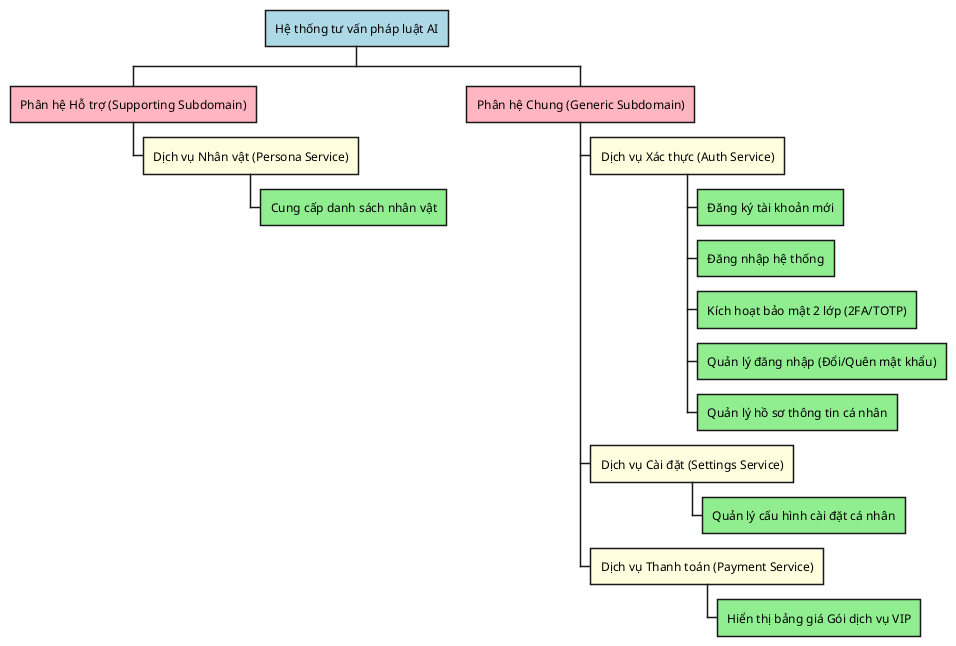
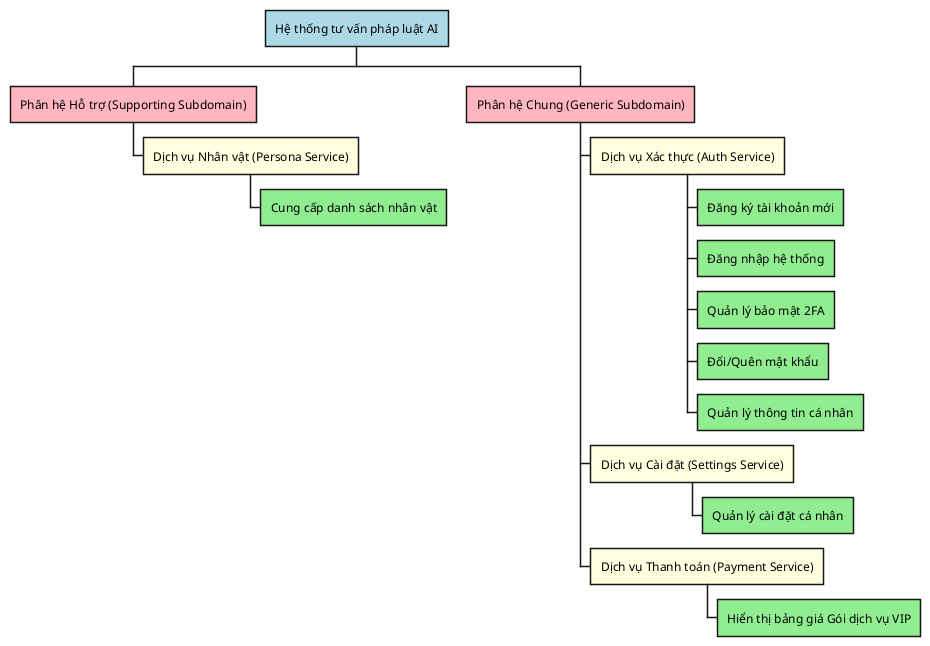
@startwbs
<style>
wbsDiagram {
  :depth(0) {
    BackgroundColor LightBlue
  }
  :depth(1) {
    BackgroundColor LightPink
  }
  :depth(2) {
    BackgroundColor LightYellow
  }
  :depth(3) {
    BackgroundColor LightGreen
  }
}
</style>






* Hệ thống tư vấn pháp luật AI

** Phân hệ Hỗ trợ (Supporting Subdomain)
*** Dịch vụ Nhân vật (Persona Service)
**** Cung cấp danh sách nhân vật

** Phân hệ Chung (Generic Subdomain)
*** Dịch vụ Xác thực (Auth Service)
**** Đăng ký tài khoản mới
**** Đăng nhập hệ thống
- **** Kích hoạt bảo mật 2 lớp (2FA/TOTP)
- **** Quản lý đăng nhập (Đổi/Quên mật khẩu)
- **** Quản lý hồ sơ thông tin cá nhân
+ **** Quản lý bảo mật 2FA
+ **** Đổi/Quên mật khẩu
+ **** Quản lý thông tin cá nhân
*** Dịch vụ Cài đặt (Settings Service)
- **** Quản lý cấu hình cài đặt cá nhân
+ **** Quản lý cài đặt cá nhân
*** Dịch vụ Thanh toán (Payment Service)
**** Hiển thị bảng giá Gói dịch vụ VIP
@endwbs
